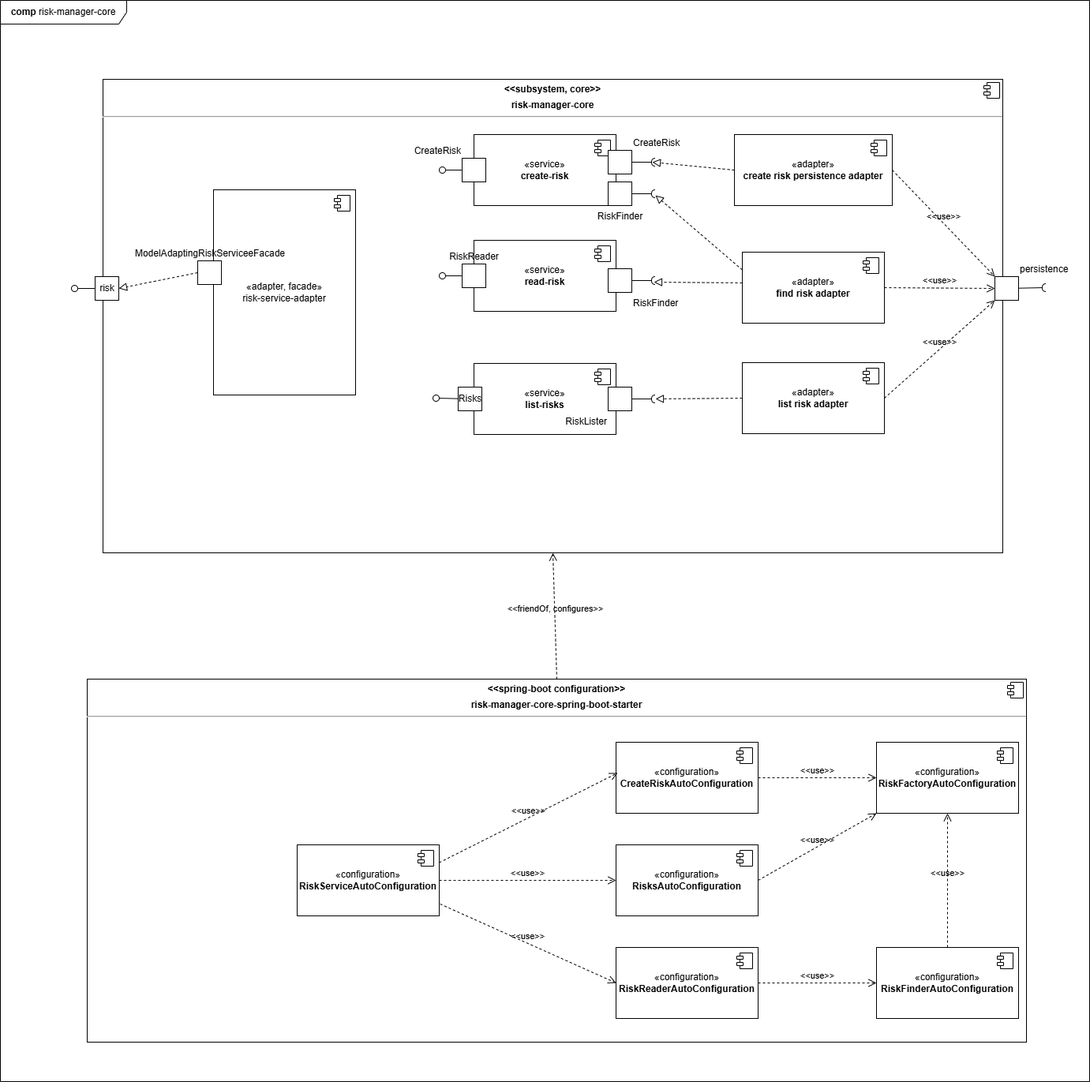
This is documentation/arc-documentation/images/05_building_block_view/coresystem/whitebox-risk-manager-core.drawio.png from stueberm1/riskmanager, a draw.io export, as it was before one commit. Source tidied: cells renumbered, new cells last; positions are measured from the earlier drawing's top-left corner, leaving out a move shared by most shapes.
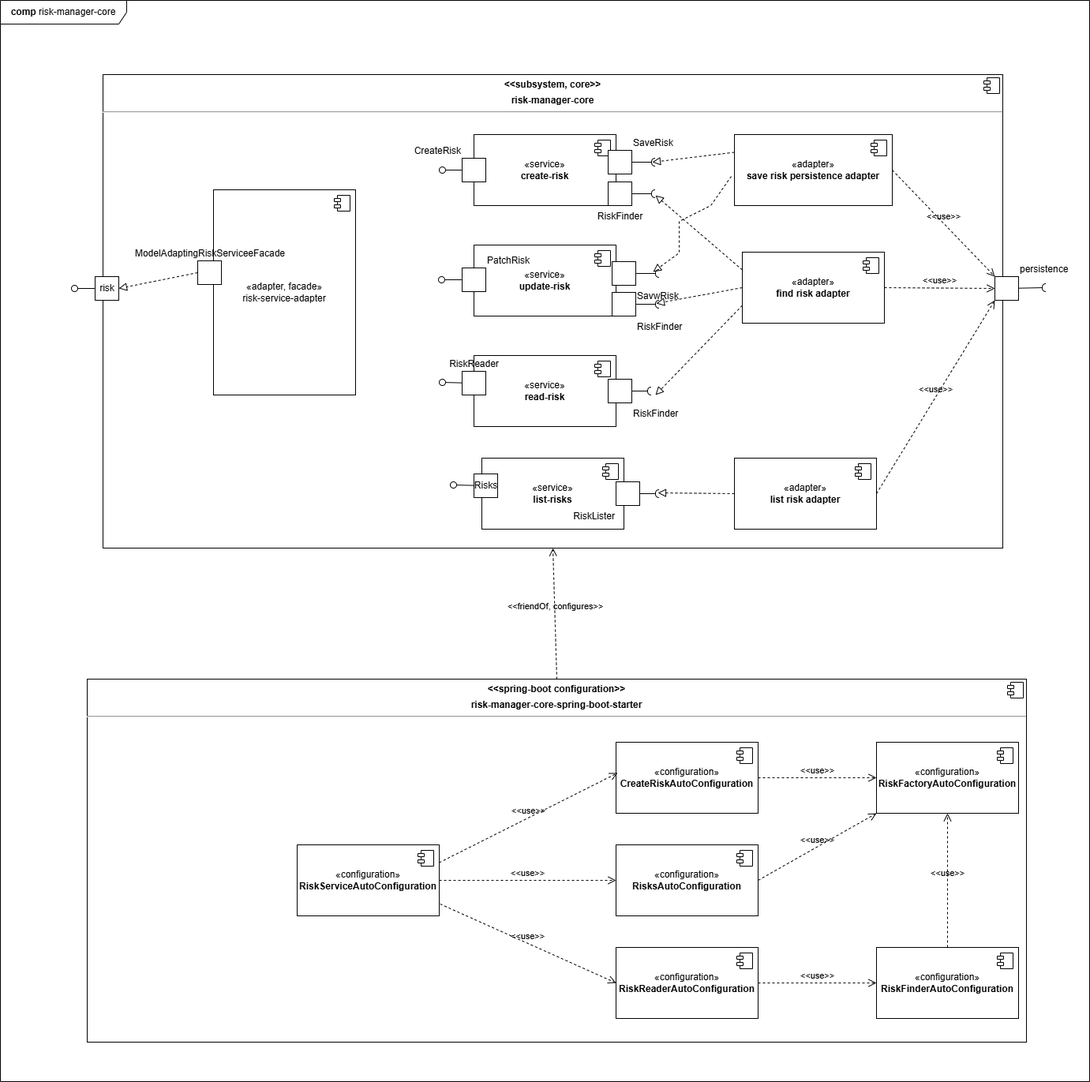
Later version of the same file.

Change to the diagram source:
```diff
@@ -6,7 +6,7 @@
       <mxGeometry width="1380" height="1370" as="geometry" />
     </mxCell>
     <mxCell id="3" value="&lt;p style=&quot;margin:0px;margin-top:6px;text-align:center;&quot;&gt;&lt;b&gt;&amp;lt;&amp;lt;subsystem, core&amp;gt;&amp;gt;&lt;/b&gt;&lt;/p&gt;&lt;p style=&quot;margin:0px;margin-top:6px;text-align:center;&quot;&gt;&lt;b&gt;risk-manager-core&lt;/b&gt;&lt;/p&gt;&lt;hr&gt;&lt;p style=&quot;margin:0px;margin-left:8px;&quot;&gt;&lt;br&gt;&lt;/p&gt;" style="align=left;overflow=fill;html=1;whiteSpace=wrap;" parent="2" vertex="1">
-      <mxGeometry x="130" y="100" width="1140" height="600" as="geometry" />
+      <mxGeometry x="130" y="94" width="1140" height="600" as="geometry" />
     </mxCell>
     <mxCell id="4" style="shape=component;jettyWidth=8;jettyHeight=4;" parent="3" vertex="1">
       <mxGeometry x="1" width="20" height="20" relative="1" as="geometry">
@@ -48,7 +48,7 @@
       </mxGeometry>
     </mxCell>
     <mxCell id="15" value="«service»&lt;br&gt;&lt;b&gt;read-risk&lt;/b&gt;" style="html=1;whiteSpace=wrap;" parent="2" vertex="1">
-      <mxGeometry x="600" y="304" width="180" height="90" as="geometry" />
+      <mxGeometry x="600" y="450" width="180" height="90" as="geometry" />
     </mxCell>
     <mxCell id="16" style="shape=module;jettyWidth=8;jettyHeight=4;" parent="15" vertex="1">
       <mxGeometry x="1" width="20" height="20" relative="1" as="geometry">
@@ -56,7 +56,7 @@
       </mxGeometry>
     </mxCell>
     <mxCell id="17" value="«service»&lt;br&gt;&lt;b&gt;list-risks&lt;/b&gt;" style="html=1;whiteSpace=wrap;" parent="2" vertex="1">
-      <mxGeometry x="600" y="460" width="180" height="90" as="geometry" />
+      <mxGeometry x="610" y="580" width="180" height="90" as="geometry" />
     </mxCell>
     <mxCell id="18" style="shape=module;jettyWidth=8;jettyHeight=4;" parent="17" vertex="1">
       <mxGeometry x="1" width="20" height="20" relative="1" as="geometry">
@@ -87,31 +87,31 @@
       <mxGeometry relative="1" as="geometry" />
     </mxCell>
     <mxCell id="26" value="Risks" style="html=1;rounded=0;" parent="2" vertex="1">
-      <mxGeometry x="580" y="490" width="30" height="30" as="geometry" />
+      <mxGeometry x="600" y="600" width="30" height="30" as="geometry" />
     </mxCell>
     <mxCell id="27" style="endArrow=none;html=1;rounded=0;align=center;verticalAlign=top;endFill=0;labelBackgroundColor=none;endSize=2;" parent="2" edge="1" source="26" target="28">
       <mxGeometry relative="1" as="geometry" />
     </mxCell>
     <mxCell id="28" style="ellipse;html=1;fontSize=11;align=center;fillColor=none;points=[];verticalAlign=bottom;labelPosition=center;verticalLabelPosition=top;flipH=1;" parent="2" vertex="1">
-      <mxGeometry x="548" y="500" width="8" height="8" as="geometry" />
+      <mxGeometry x="570" y="610" width="8" height="8" as="geometry" />
     </mxCell>
     <mxCell id="29" value="RiskReader" style="html=1;rounded=0;labelPosition=center;verticalLabelPosition=top;align=center;verticalAlign=bottom;" parent="2" vertex="1">
-      <mxGeometry x="585" y="334" width="30" height="30" as="geometry" />
+      <mxGeometry x="585" y="470" width="30" height="30" as="geometry" />
     </mxCell>
     <mxCell id="30" style="endArrow=none;html=1;rounded=0;align=center;verticalAlign=top;endFill=0;labelBackgroundColor=none;endSize=2;" parent="2" edge="1" source="29" target="31">
       <mxGeometry relative="1" as="geometry" />
     </mxCell>
     <mxCell id="31" style="ellipse;html=1;fontSize=11;align=center;fillColor=none;points=[];verticalAlign=bottom;labelPosition=center;verticalLabelPosition=top;flipH=1;" parent="2" vertex="1">
-      <mxGeometry x="556" y="345" width="8" height="8" as="geometry" />
+      <mxGeometry x="556" y="480" width="8" height="8" as="geometry" />
     </mxCell>
     <mxCell id="32" value="RiskFinder" style="html=1;rounded=0;labelPosition=right;verticalLabelPosition=bottom;align=left;verticalAlign=top;" parent="2" vertex="1">
-      <mxGeometry x="770" y="340" width="30" height="30" as="geometry" />
+      <mxGeometry x="770" y="480" width="30" height="30" as="geometry" />
     </mxCell>
     <mxCell id="33" style="endArrow=none;html=1;rounded=0;align=center;verticalAlign=top;endFill=0;labelBackgroundColor=none;endSize=2;" parent="2" edge="1" source="32" target="34">
       <mxGeometry relative="1" as="geometry" />
     </mxCell>
     <mxCell id="34" style="shape=requiredInterface;html=1;fontSize=11;align=center;fillColor=none;points=[];verticalAlign=bottom;labelPosition=center;verticalLabelPosition=top;flipH=1;" parent="2" vertex="1">
-      <mxGeometry x="825" y="350" width="5" height="10" as="geometry" />
+      <mxGeometry x="820" y="490" width="5" height="10" as="geometry" />
     </mxCell>
     <mxCell id="35" value="«adapter»&lt;br&gt;&lt;b&gt;find risk adapter&lt;/b&gt;" style="html=1;whiteSpace=wrap;" parent="2" vertex="1">
       <mxGeometry x="940" y="319" width="180" height="90" as="geometry" />
@@ -121,10 +121,12 @@
         <mxPoint x="-27" y="7" as="offset" />
       </mxGeometry>
     </mxCell>
-    <mxCell id="37" style="endArrow=block;startArrow=none;endFill=0;startFill=0;endSize=8;html=1;verticalAlign=bottom;dashed=1;labelBackgroundColor=none;rounded=0;exitX=0;exitY=0.433;exitDx=0;exitDy=0;exitPerimeter=0;entryX=0.4;entryY=0.7;entryDx=0;entryDy=0;entryPerimeter=0;" parent="2" edge="1" source="35" target="34">
-      <mxGeometry relative="1" as="geometry" />
+    <mxCell id="37" style="endArrow=block;startArrow=none;endFill=0;startFill=0;endSize=8;html=1;verticalAlign=bottom;dashed=1;labelBackgroundColor=none;rounded=0;exitX=0;exitY=0.75;exitDx=0;exitDy=0;" parent="2" edge="1" source="35">
+      <mxGeometry relative="1" as="geometry">
+        <mxPoint x="830" y="500" as="targetPoint" />
+      </mxGeometry>
     </mxCell>
-    <mxCell id="38" value="«adapter»&lt;br&gt;&lt;b&gt;create risk persistence adapter&lt;/b&gt;" style="html=1;whiteSpace=wrap;" parent="2" vertex="1">
+    <mxCell id="38" value="«adapter»&lt;br&gt;&lt;b&gt;save risk persistence adapter&lt;/b&gt;" style="html=1;whiteSpace=wrap;" parent="2" vertex="1">
       <mxGeometry x="930" y="170" width="200" height="90" as="geometry" />
     </mxCell>
     <mxCell id="39" style="shape=module;jettyWidth=8;jettyHeight=4;" parent="38" vertex="1">
@@ -132,7 +134,7 @@
         <mxPoint x="-27" y="7" as="offset" />
       </mxGeometry>
     </mxCell>
-    <mxCell id="40" value="CreateRisk" style="html=1;rounded=0;labelPosition=right;verticalLabelPosition=top;align=left;verticalAlign=bottom;" parent="2" vertex="1">
+    <mxCell id="40" value="SaveRisk" style="html=1;rounded=0;labelPosition=right;verticalLabelPosition=top;align=left;verticalAlign=bottom;direction=west;" parent="2" vertex="1">
       <mxGeometry x="770" y="190" width="30" height="30" as="geometry" />
     </mxCell>
     <mxCell id="41" style="endArrow=none;html=1;rounded=0;align=center;verticalAlign=top;endFill=0;labelBackgroundColor=none;endSize=2;" parent="2" edge="1" source="40" target="42">
@@ -150,7 +152,7 @@
     <mxCell id="45" style="shape=requiredInterface;html=1;fontSize=11;align=center;fillColor=none;points=[];verticalAlign=bottom;labelPosition=center;verticalLabelPosition=top;flipH=1;" parent="2" vertex="1">
       <mxGeometry x="825" y="240" width="5" height="10" as="geometry" />
     </mxCell>
-    <mxCell id="46" style="endArrow=block;startArrow=none;endFill=0;startFill=0;endSize=8;html=1;verticalAlign=bottom;dashed=1;labelBackgroundColor=none;rounded=0;exitX=0;exitY=0.5;exitDx=0;exitDy=0;entryX=0.8;entryY=0.5;entryDx=0;entryDy=0;entryPerimeter=0;" parent="2" edge="1" source="38" target="42">
+    <mxCell id="46" style="endArrow=block;startArrow=none;endFill=0;startFill=0;endSize=8;html=1;verticalAlign=bottom;dashed=1;labelBackgroundColor=none;rounded=0;exitX=0;exitY=0.25;exitDx=0;exitDy=0;entryX=0.8;entryY=0.5;entryDx=0;entryDy=0;entryPerimeter=0;" parent="2" edge="1" source="38" target="42">
       <mxGeometry relative="1" as="geometry" />
     </mxCell>
     <mxCell id="47" style="endArrow=block;startArrow=none;endFill=0;startFill=0;endSize=8;html=1;verticalAlign=bottom;dashed=1;labelBackgroundColor=none;rounded=0;exitX=0;exitY=0.25;exitDx=0;exitDy=0;" parent="2" edge="1" source="35" target="45">
@@ -166,23 +168,23 @@
       <mxGeometry relative="1" as="geometry" />
     </mxCell>
     <mxCell id="51" value="RiskLister" style="html=1;rounded=0;labelPosition=left;verticalLabelPosition=bottom;align=right;verticalAlign=top;" parent="2" vertex="1">
-      <mxGeometry x="770" y="490" width="30" height="30" as="geometry" />
+      <mxGeometry x="780" y="610" width="30" height="30" as="geometry" />
     </mxCell>
     <mxCell id="52" style="endArrow=none;html=1;rounded=0;align=center;verticalAlign=top;endFill=0;labelBackgroundColor=none;endSize=2;" parent="2" edge="1" source="51" target="53">
       <mxGeometry relative="1" as="geometry" />
     </mxCell>
     <mxCell id="53" style="shape=requiredInterface;html=1;fontSize=11;align=center;fillColor=none;points=[];verticalAlign=bottom;labelPosition=center;verticalLabelPosition=top;flipH=1;" parent="2" vertex="1">
-      <mxGeometry x="825" y="500" width="5" height="10" as="geometry" />
+      <mxGeometry x="830" y="620" width="5" height="10" as="geometry" />
     </mxCell>
     <mxCell id="54" value="«adapter»&lt;br&gt;&lt;b&gt;list risk adapter&lt;/b&gt;" style="html=1;whiteSpace=wrap;" parent="2" vertex="1">
-      <mxGeometry x="940" y="459" width="180" height="90" as="geometry" />
+      <mxGeometry x="930" y="580" width="180" height="90" as="geometry" />
     </mxCell>
     <mxCell id="55" style="shape=module;jettyWidth=8;jettyHeight=4;" parent="54" vertex="1">
       <mxGeometry x="1" width="20" height="20" relative="1" as="geometry">
         <mxPoint x="-27" y="7" as="offset" />
       </mxGeometry>
     </mxCell>
-    <mxCell id="56" style="endArrow=block;startArrow=none;endFill=0;startFill=0;endSize=8;html=1;verticalAlign=bottom;dashed=1;labelBackgroundColor=none;rounded=0;exitX=0;exitY=0.5;exitDx=0;exitDy=0;" parent="2" edge="1" source="54" target="53">
+    <mxCell id="56" style="endArrow=block;startArrow=none;endFill=0;startFill=0;endSize=8;html=1;verticalAlign=bottom;dashed=1;labelBackgroundColor=none;rounded=0;exitX=0;exitY=0.5;exitDx=0;exitDy=0;entryX=0.4;entryY=0.4;entryDx=0;entryDy=0;entryPerimeter=0;" parent="2" edge="1" source="54" target="53">
       <mxGeometry relative="1" as="geometry" />
     </mxCell>
     <mxCell id="57" value="&amp;lt;&amp;lt;use&amp;gt;&amp;gt;" style="endArrow=open;startArrow=none;endFill=0;startFill=0;endSize=8;html=1;verticalAlign=bottom;dashed=1;labelBackgroundColor=none;rounded=0;exitX=1;exitY=0.5;exitDx=0;exitDy=0;entryX=0;entryY=1;entryDx=0;entryDy=0;" parent="2" edge="1" source="54" target="8">
@@ -257,5 +259,52 @@
     <mxCell id="76" value="&amp;lt;&amp;lt;use&amp;gt;&amp;gt;" style="endArrow=open;startArrow=none;endFill=0;startFill=0;endSize=8;html=1;verticalAlign=bottom;dashed=1;labelBackgroundColor=none;rounded=0;exitX=0.5;exitY=0;exitDx=0;exitDy=0;" parent="2" edge="1" source="64" target="58">
       <mxGeometry relative="1" as="geometry" />
     </mxCell>
+    <mxCell id="77" value="«service»&lt;br&gt;&lt;b&gt;update-risk&lt;/b&gt;" style="html=1;whiteSpace=wrap;labelPosition=center;verticalLabelPosition=middle;align=center;verticalAlign=middle;" parent="2" vertex="1">
+      <mxGeometry x="600" y="310" width="180" height="90" as="geometry" />
+    </mxCell>
+    <mxCell id="78" style="shape=module;jettyWidth=8;jettyHeight=4;" parent="77" vertex="1">
+      <mxGeometry x="1" width="20" height="20" relative="1" as="geometry">
+        <mxPoint x="-27" y="7" as="offset" />
+      </mxGeometry>
+    </mxCell>
+    <mxCell id="79" value="RiskFinder" style="html=1;rounded=0;labelPosition=right;verticalLabelPosition=bottom;align=left;verticalAlign=top;" parent="2" vertex="1">
+      <mxGeometry x="775" y="370" width="30" height="30" as="geometry" />
+    </mxCell>
+    <mxCell id="80" style="endArrow=none;html=1;rounded=0;align=center;verticalAlign=top;endFill=0;labelBackgroundColor=none;endSize=2;" parent="2" edge="1" source="79" target="81">
+      <mxGeometry relative="1" as="geometry" />
+    </mxCell>
+    <mxCell id="81" style="shape=requiredInterface;html=1;fontSize=11;align=center;fillColor=none;points=[];verticalAlign=bottom;labelPosition=center;verticalLabelPosition=top;flipH=1;" parent="2" vertex="1">
+      <mxGeometry x="830" y="380" width="5" height="10" as="geometry" />
+    </mxCell>
+    <mxCell id="82" value="SavwRisk" style="html=1;rounded=0;labelPosition=right;verticalLabelPosition=bottom;align=left;verticalAlign=top;" parent="2" vertex="1">
+      <mxGeometry x="775" y="331" width="30" height="30" as="geometry" />
+    </mxCell>
+    <mxCell id="83" style="endArrow=none;html=1;rounded=0;align=center;verticalAlign=top;endFill=0;labelBackgroundColor=none;endSize=2;" parent="2" edge="1" source="82" target="84">
+      <mxGeometry relative="1" as="geometry" />
+    </mxCell>
+    <mxCell id="84" style="shape=requiredInterface;html=1;fontSize=11;align=center;fillColor=none;points=[];verticalAlign=bottom;labelPosition=center;verticalLabelPosition=top;flipH=1;" parent="2" vertex="1">
+      <mxGeometry x="830" y="341" width="5" height="10" as="geometry" />
+    </mxCell>
+    <mxCell id="85" style="endArrow=block;startArrow=none;endFill=0;startFill=0;endSize=8;html=1;verticalAlign=bottom;dashed=1;labelBackgroundColor=none;rounded=0;exitX=0;exitY=0.5;exitDx=0;exitDy=0;entryX=0.8;entryY=0.4;entryDx=0;entryDy=0;entryPerimeter=0;" parent="2" edge="1" source="35" target="81">
+      <mxGeometry relative="1" as="geometry" />
+    </mxCell>
+    <mxCell id="86" style="endArrow=block;startArrow=none;endFill=0;startFill=0;endSize=8;html=1;verticalAlign=bottom;dashed=1;labelBackgroundColor=none;rounded=0;exitX=-0.02;exitY=0.589;exitDx=0;exitDy=0;exitPerimeter=0;entryX=1.6;entryY=0.3;entryDx=0;entryDy=0;entryPerimeter=0;" parent="2" edge="1" source="38" target="84">
+      <mxGeometry relative="1" as="geometry">
+        <Array as="points">
+          <mxPoint x="900" y="260" />
+          <mxPoint x="860" y="280" />
+          <mxPoint x="860" y="320" />
+        </Array>
+      </mxGeometry>
+    </mxCell>
+    <mxCell id="87" value="PatchRisk" style="html=1;rounded=0;labelPosition=right;verticalLabelPosition=top;align=left;verticalAlign=bottom;" parent="2" vertex="1">
+      <mxGeometry x="585" y="339" width="30" height="30" as="geometry" />
+    </mxCell>
+    <mxCell id="88" style="endArrow=none;html=1;rounded=0;align=center;verticalAlign=top;endFill=0;labelBackgroundColor=none;endSize=2;" parent="2" edge="1" source="87" target="89">
+      <mxGeometry relative="1" as="geometry" />
+    </mxCell>
+    <mxCell id="89" style="ellipse;html=1;fontSize=11;align=center;fillColor=none;points=[];verticalAlign=bottom;labelPosition=center;verticalLabelPosition=top;flipH=1;" parent="2" vertex="1">
+      <mxGeometry x="555" y="350" width="8" height="8" as="geometry" />
+    </mxCell>
   </root>
 </mxGraphModel>
```
